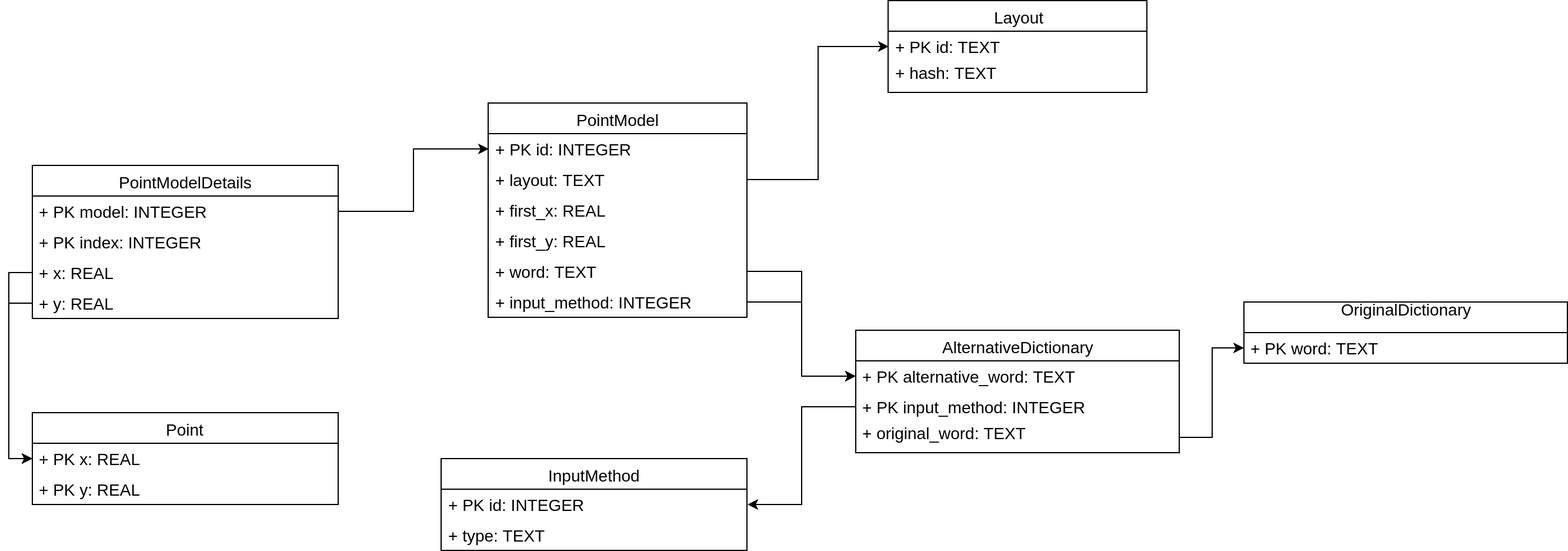
Above: clientDB.png in tienlocbui1110/Kele (draw.io), before the change. Source tidied: cells renumbered, new cells last; positions are measured from the earlier drawing's top-left corner, leaving out a move shared by most shapes. The source it was exported from:
```xml
<mxGraphModel>
  <root>
    <mxCell id="0" />
    <mxCell id="1" parent="0" />
    <mxCell id="2" value="Layout&lt;br&gt;" style="swimlane;fontStyle=0;horizontal=1;startSize=26;fillColor=none;fontSize=14;verticalAlign=middle;align=center;swimlaneLine=1;whiteSpace=wrap;html=1;" parent="1" vertex="1">
      <mxGeometry x="727.5" width="220" height="78" as="geometry" />
    </mxCell>
    <mxCell id="3" value="+ PK id:&amp;nbsp;TEXT&lt;br&gt;" style="text;strokeColor=none;fillColor=none;align=left;verticalAlign=middle;spacingLeft=4;spacingRight=4;overflow=hidden;points=[[0,0.5],[1,0.5]];portConstraint=eastwest;fontSize=14;html=1;" parent="2" vertex="1">
      <mxGeometry y="26" width="220" height="26" as="geometry" />
    </mxCell>
    <mxCell id="4" value="+ hash: TEXT&#10;" style="text;strokeColor=none;fillColor=none;align=left;verticalAlign=middle;spacingLeft=4;spacingRight=4;overflow=hidden;fontSize=14;html=1;" parent="2" vertex="1">
      <mxGeometry y="52" width="220" height="26" as="geometry" />
    </mxCell>
    <mxCell id="5" value="OriginalDictionary&#10;" style="swimlane;fontStyle=0;horizontal=1;startSize=26;fillColor=none;fontSize=14;verticalAlign=middle;html=1;" parent="1" vertex="1">
      <mxGeometry x="1030" y="256" width="275" height="52" as="geometry" />
    </mxCell>
    <mxCell id="6" value="+ PK word: TEXT" style="text;strokeColor=none;fillColor=none;align=left;verticalAlign=middle;spacingLeft=4;spacingRight=4;overflow=hidden;points=[[0,0.5],[1,0.5]];portConstraint=eastwest;fontSize=14;html=1;" parent="5" vertex="1">
      <mxGeometry y="26" width="275" height="26" as="geometry" />
    </mxCell>
    <mxCell id="7" value="InputMethod&lt;br&gt;" style="swimlane;fontStyle=0;horizontal=1;startSize=26;fillColor=none;fontSize=14;verticalAlign=middle;html=1;" parent="1" vertex="1">
      <mxGeometry x="347.5" y="389" width="260" height="78" as="geometry" />
    </mxCell>
    <mxCell id="8" value="+ PK id: INTEGER" style="text;strokeColor=none;fillColor=none;align=left;verticalAlign=middle;spacingLeft=4;spacingRight=4;overflow=hidden;points=[[0,0.5],[1,0.5]];portConstraint=eastwest;fontSize=14;html=1;" parent="7" vertex="1">
      <mxGeometry y="26" width="260" height="26" as="geometry" />
    </mxCell>
    <mxCell id="9" value="+ type: TEXT" style="text;strokeColor=none;fillColor=none;align=left;verticalAlign=middle;spacingLeft=4;spacingRight=4;overflow=hidden;fontSize=14;html=1;" parent="7" vertex="1">
      <mxGeometry y="52" width="260" height="26" as="geometry" />
    </mxCell>
    <mxCell id="10" value="PointModel" style="swimlane;fontStyle=0;horizontal=1;startSize=26;fillColor=none;fontSize=14;verticalAlign=middle;html=1;" parent="1" vertex="1">
      <mxGeometry x="387.5" y="87" width="220" height="182" as="geometry" />
    </mxCell>
    <mxCell id="11" value="+ PK id:&amp;nbsp;INTEGER" style="text;strokeColor=none;fillColor=none;align=left;verticalAlign=middle;spacingLeft=4;spacingRight=4;overflow=hidden;points=[[0,0.5],[1,0.5]];portConstraint=eastwest;fontSize=14;html=1;" parent="10" vertex="1">
      <mxGeometry y="26" width="220" height="26" as="geometry" />
    </mxCell>
    <mxCell id="12" value="+ layout: TEXT&lt;br&gt;" style="text;strokeColor=none;fillColor=none;align=left;verticalAlign=middle;spacingLeft=4;spacingRight=4;overflow=hidden;points=[[0,0.5],[1,0.5]];portConstraint=eastwest;fontSize=14;html=1;" parent="10" vertex="1">
      <mxGeometry y="52" width="220" height="26" as="geometry" />
    </mxCell>
    <mxCell id="13" value="+ first_x: REAL&lt;br&gt;" style="text;strokeColor=none;fillColor=none;align=left;verticalAlign=middle;spacingLeft=4;spacingRight=4;overflow=hidden;fontSize=14;html=1;" parent="10" vertex="1">
      <mxGeometry y="78" width="220" height="26" as="geometry" />
    </mxCell>
    <mxCell id="14" value="+ first_y: REAL" style="text;strokeColor=none;fillColor=none;align=left;verticalAlign=middle;spacingLeft=4;spacingRight=4;overflow=hidden;fontSize=14;html=1;" parent="10" vertex="1">
      <mxGeometry y="104" width="220" height="26" as="geometry" />
    </mxCell>
    <mxCell id="15" value="+ word: TEXT&lt;br&gt;" style="text;strokeColor=none;fillColor=none;align=left;verticalAlign=middle;spacingLeft=4;spacingRight=4;overflow=hidden;points=[[0,0.5],[1,0.5]];portConstraint=eastwest;fontSize=14;html=1;" parent="10" vertex="1">
      <mxGeometry y="130" width="220" height="26" as="geometry" />
    </mxCell>
    <mxCell id="16" value="+ input_method: INTEGER&lt;br&gt;" style="text;strokeColor=none;fillColor=none;align=left;verticalAlign=middle;spacingLeft=4;spacingRight=4;overflow=hidden;points=[[0,0.5],[1,0.5]];portConstraint=eastwest;fontSize=14;html=1;" parent="10" vertex="1">
      <mxGeometry y="156" width="220" height="26" as="geometry" />
    </mxCell>
    <mxCell id="17" value="AlternativeDictionary&lt;br&gt;" style="swimlane;fontStyle=0;horizontal=1;startSize=26;fillColor=none;fontSize=14;verticalAlign=middle;html=1;" parent="1" vertex="1">
      <mxGeometry x="700" y="280" width="275" height="104" as="geometry" />
    </mxCell>
    <mxCell id="18" value="+ PK alternative_word: TEXT&lt;br&gt;" style="text;strokeColor=none;fillColor=none;align=left;verticalAlign=middle;spacingLeft=4;spacingRight=4;overflow=hidden;points=[[0,0.5],[1,0.5]];portConstraint=eastwest;fontSize=14;html=1;" parent="17" vertex="1">
      <mxGeometry y="26" width="275" height="26" as="geometry" />
    </mxCell>
    <mxCell id="19" value="+ PK input_method: INTEGER&lt;br&gt;" style="text;strokeColor=none;fillColor=none;align=left;verticalAlign=middle;spacingLeft=4;spacingRight=4;overflow=hidden;points=[[0,0.5],[1,0.5]];portConstraint=eastwest;fontSize=14;html=1;" parent="17" vertex="1">
      <mxGeometry y="52" width="275" height="26" as="geometry" />
    </mxCell>
    <mxCell id="20" value="+ original_word: TEXT&#10;" style="text;strokeColor=none;fillColor=none;align=left;verticalAlign=middle;spacingLeft=4;spacingRight=4;overflow=hidden;points=[[0,0.5],[1,0.5]];portConstraint=eastwest;fontSize=14;html=1;" parent="17" vertex="1">
      <mxGeometry y="78" width="275" height="26" as="geometry" />
    </mxCell>
    <mxCell id="21" style="edgeStyle=orthogonalEdgeStyle;rounded=0;jettySize=auto;entryX=0;entryY=0.5;entryDx=0;entryDy=0;verticalAlign=middle;html=1;" parent="1" edge="1" source="12" target="3">
      <mxGeometry relative="1" as="geometry" />
    </mxCell>
    <mxCell id="22" style="edgeStyle=orthogonalEdgeStyle;rounded=0;jettySize=auto;entryX=0;entryY=0.5;entryDx=0;entryDy=0;verticalAlign=middle;html=1;" parent="1" edge="1" source="15" target="18">
      <mxGeometry relative="1" as="geometry" />
    </mxCell>
    <mxCell id="23" style="edgeStyle=orthogonalEdgeStyle;rounded=0;jettySize=auto;entryX=0;entryY=0.5;entryDx=0;entryDy=0;verticalAlign=middle;html=1;" parent="1" edge="1" source="16" target="18">
      <mxGeometry relative="1" as="geometry" />
    </mxCell>
    <mxCell id="24" style="edgeStyle=orthogonalEdgeStyle;rounded=0;jettySize=auto;entryX=1;entryY=0.5;entryDx=0;entryDy=0;verticalAlign=middle;html=1;" parent="1" edge="1" source="19" target="8">
      <mxGeometry relative="1" as="geometry" />
    </mxCell>
    <mxCell id="25" style="edgeStyle=orthogonalEdgeStyle;rounded=0;jettySize=auto;entryX=0;entryY=0.5;entryDx=0;entryDy=0;verticalAlign=middle;html=1;" parent="1" edge="1" source="20" target="6">
      <mxGeometry relative="1" as="geometry" />
    </mxCell>
    <mxCell id="26" value="PointModelDetails" style="swimlane;fontStyle=0;horizontal=1;startSize=26;fillColor=none;fontSize=14;verticalAlign=middle;html=1;" parent="1" vertex="1">
      <mxGeometry y="140" width="260" height="130" as="geometry" />
    </mxCell>
    <mxCell id="27" value="+ PK model: INTEGER" style="text;strokeColor=none;fillColor=none;align=left;verticalAlign=middle;spacingLeft=4;spacingRight=4;overflow=hidden;points=[[0,0.5],[1,0.5]];portConstraint=eastwest;fontSize=14;html=1;" parent="26" vertex="1">
      <mxGeometry y="26" width="260" height="26" as="geometry" />
    </mxCell>
    <mxCell id="28" value="+ PK index: INTEGER" style="text;strokeColor=none;fillColor=none;align=left;verticalAlign=middle;spacingLeft=4;spacingRight=4;overflow=hidden;fontSize=14;html=1;" parent="26" vertex="1">
      <mxGeometry y="52" width="260" height="26" as="geometry" />
    </mxCell>
    <mxCell id="29" value="+ x: REAL" style="text;strokeColor=none;fillColor=none;align=left;verticalAlign=middle;spacingLeft=4;spacingRight=4;overflow=hidden;points=[[0,0.5],[1,0.5]];portConstraint=eastwest;fontSize=14;html=1;" parent="26" vertex="1">
      <mxGeometry y="78" width="260" height="26" as="geometry" />
    </mxCell>
    <mxCell id="30" value="+ y: REAL" style="text;strokeColor=none;fillColor=none;align=left;verticalAlign=middle;spacingLeft=4;spacingRight=4;overflow=hidden;points=[[0,0.5],[1,0.5]];portConstraint=eastwest;fontSize=14;html=1;" parent="26" vertex="1">
      <mxGeometry y="104" width="260" height="26" as="geometry" />
    </mxCell>
    <mxCell id="31" value="Point&lt;br&gt;" style="swimlane;fontStyle=0;horizontal=1;startSize=26;fillColor=none;fontSize=14;verticalAlign=middle;html=1;" parent="1" vertex="1">
      <mxGeometry y="350" width="260" height="78" as="geometry" />
    </mxCell>
    <mxCell id="32" value="+ PK x: REAL" style="text;strokeColor=none;fillColor=none;align=left;verticalAlign=middle;spacingLeft=4;spacingRight=4;overflow=hidden;points=[[0,0.5],[1,0.5]];portConstraint=eastwest;fontSize=14;html=1;" parent="31" vertex="1">
      <mxGeometry y="26" width="260" height="26" as="geometry" />
    </mxCell>
    <mxCell id="33" value="+ PK y: REAL" style="text;strokeColor=none;fillColor=none;align=left;verticalAlign=middle;spacingLeft=4;spacingRight=4;overflow=hidden;fontSize=14;html=1;" parent="31" vertex="1">
      <mxGeometry y="52" width="260" height="26" as="geometry" />
    </mxCell>
    <mxCell id="34" style="edgeStyle=orthogonalEdgeStyle;rounded=0;jettySize=auto;html=1;entryX=0;entryY=0.5;entryDx=0;entryDy=0;" parent="1" edge="1" source="27" target="11">
      <mxGeometry relative="1" as="geometry" />
    </mxCell>
    <mxCell id="35" style="edgeStyle=orthogonalEdgeStyle;rounded=0;jettySize=auto;html=1;entryX=0;entryY=0.5;entryDx=0;entryDy=0;" parent="1" edge="1" source="29" target="32">
      <mxGeometry relative="1" as="geometry" />
    </mxCell>
    <mxCell id="36" style="edgeStyle=orthogonalEdgeStyle;rounded=0;jettySize=auto;html=1;entryX=0;entryY=0.5;entryDx=0;entryDy=0;" parent="1" edge="1" source="30" target="32">
      <mxGeometry relative="1" as="geometry" />
    </mxCell>
  </root>
</mxGraphModel>
```
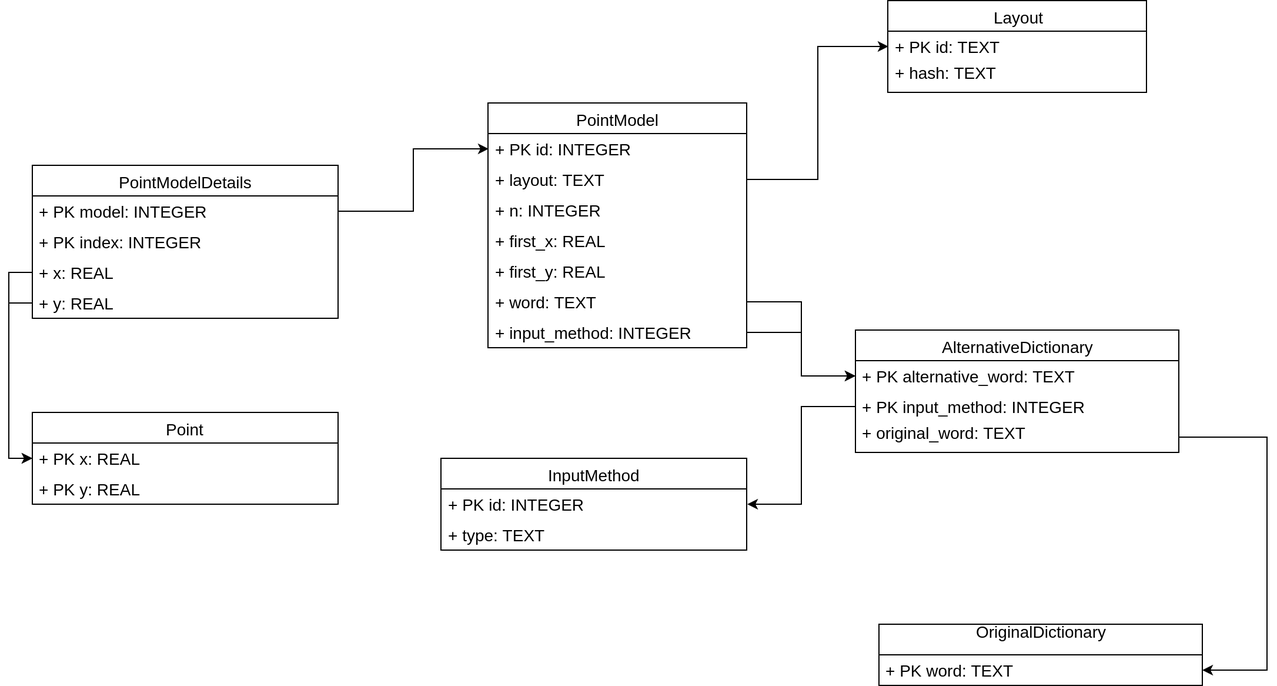
After the commit.

The edit, as a diff of the source:
```diff
@@ -12,7 +12,7 @@
       <mxGeometry y="52" width="220" height="26" as="geometry" />
     </mxCell>
     <mxCell id="5" value="OriginalDictionary&#10;" style="swimlane;fontStyle=0;horizontal=1;startSize=26;fillColor=none;fontSize=14;verticalAlign=middle;html=1;" parent="1" vertex="1">
-      <mxGeometry x="1030" y="256" width="275" height="52" as="geometry" />
+      <mxGeometry x="720" y="530" width="275" height="52" as="geometry" />
     </mxCell>
     <mxCell id="6" value="+ PK word: TEXT" style="text;strokeColor=none;fillColor=none;align=left;verticalAlign=middle;spacingLeft=4;spacingRight=4;overflow=hidden;points=[[0,0.5],[1,0.5]];portConstraint=eastwest;fontSize=14;html=1;" parent="5" vertex="1">
       <mxGeometry y="26" width="275" height="26" as="geometry" />
@@ -27,7 +27,7 @@
       <mxGeometry y="52" width="260" height="26" as="geometry" />
     </mxCell>
     <mxCell id="10" value="PointModel" style="swimlane;fontStyle=0;horizontal=1;startSize=26;fillColor=none;fontSize=14;verticalAlign=middle;html=1;" parent="1" vertex="1">
-      <mxGeometry x="387.5" y="87" width="220" height="182" as="geometry" />
+      <mxGeometry x="387.5" y="87" width="220" height="208" as="geometry" />
     </mxCell>
     <mxCell id="11" value="+ PK id:&amp;nbsp;INTEGER" style="text;strokeColor=none;fillColor=none;align=left;verticalAlign=middle;spacingLeft=4;spacingRight=4;overflow=hidden;points=[[0,0.5],[1,0.5]];portConstraint=eastwest;fontSize=14;html=1;" parent="10" vertex="1">
       <mxGeometry y="26" width="220" height="26" as="geometry" />
@@ -35,17 +35,20 @@
     <mxCell id="12" value="+ layout: TEXT&lt;br&gt;" style="text;strokeColor=none;fillColor=none;align=left;verticalAlign=middle;spacingLeft=4;spacingRight=4;overflow=hidden;points=[[0,0.5],[1,0.5]];portConstraint=eastwest;fontSize=14;html=1;" parent="10" vertex="1">
       <mxGeometry y="52" width="220" height="26" as="geometry" />
     </mxCell>
+    <mxCell id="37" value="+ n: INTEGER&lt;br&gt;" style="text;strokeColor=none;fillColor=none;align=left;verticalAlign=middle;spacingLeft=4;spacingRight=4;overflow=hidden;fontSize=14;html=1;" parent="10" vertex="1">
+      <mxGeometry y="78" width="220" height="26" as="geometry" />
+    </mxCell>
     <mxCell id="13" value="+ first_x: REAL&lt;br&gt;" style="text;strokeColor=none;fillColor=none;align=left;verticalAlign=middle;spacingLeft=4;spacingRight=4;overflow=hidden;fontSize=14;html=1;" parent="10" vertex="1">
-      <mxGeometry y="78" width="220" height="26" as="geometry" />
+      <mxGeometry y="104" width="220" height="26" as="geometry" />
     </mxCell>
     <mxCell id="14" value="+ first_y: REAL" style="text;strokeColor=none;fillColor=none;align=left;verticalAlign=middle;spacingLeft=4;spacingRight=4;overflow=hidden;fontSize=14;html=1;" parent="10" vertex="1">
-      <mxGeometry y="104" width="220" height="26" as="geometry" />
+      <mxGeometry y="130" width="220" height="26" as="geometry" />
     </mxCell>
     <mxCell id="15" value="+ word: TEXT&lt;br&gt;" style="text;strokeColor=none;fillColor=none;align=left;verticalAlign=middle;spacingLeft=4;spacingRight=4;overflow=hidden;points=[[0,0.5],[1,0.5]];portConstraint=eastwest;fontSize=14;html=1;" parent="10" vertex="1">
-      <mxGeometry y="130" width="220" height="26" as="geometry" />
+      <mxGeometry y="156" width="220" height="26" as="geometry" />
     </mxCell>
     <mxCell id="16" value="+ input_method: INTEGER&lt;br&gt;" style="text;strokeColor=none;fillColor=none;align=left;verticalAlign=middle;spacingLeft=4;spacingRight=4;overflow=hidden;points=[[0,0.5],[1,0.5]];portConstraint=eastwest;fontSize=14;html=1;" parent="10" vertex="1">
-      <mxGeometry y="156" width="220" height="26" as="geometry" />
+      <mxGeometry y="182" width="220" height="26" as="geometry" />
     </mxCell>
     <mxCell id="17" value="AlternativeDictionary&lt;br&gt;" style="swimlane;fontStyle=0;horizontal=1;startSize=26;fillColor=none;fontSize=14;verticalAlign=middle;html=1;" parent="1" vertex="1">
       <mxGeometry x="700" y="280" width="275" height="104" as="geometry" />
@@ -71,8 +74,13 @@
     <mxCell id="24" style="edgeStyle=orthogonalEdgeStyle;rounded=0;jettySize=auto;entryX=1;entryY=0.5;entryDx=0;entryDy=0;verticalAlign=middle;html=1;" parent="1" edge="1" source="19" target="8">
       <mxGeometry relative="1" as="geometry" />
     </mxCell>
-    <mxCell id="25" style="edgeStyle=orthogonalEdgeStyle;rounded=0;jettySize=auto;entryX=0;entryY=0.5;entryDx=0;entryDy=0;verticalAlign=middle;html=1;" parent="1" edge="1" source="20" target="6">
-      <mxGeometry relative="1" as="geometry" />
+    <mxCell id="25" style="edgeStyle=orthogonalEdgeStyle;rounded=0;jettySize=auto;entryX=1;entryY=0.5;entryDx=0;entryDy=0;verticalAlign=middle;html=1;" parent="1" edge="1" source="20" target="6">
+      <mxGeometry relative="1" as="geometry">
+        <Array as="points">
+          <mxPoint x="1050" y="371" />
+          <mxPoint x="1050" y="569" />
+        </Array>
+      </mxGeometry>
     </mxCell>
     <mxCell id="26" value="PointModelDetails" style="swimlane;fontStyle=0;horizontal=1;startSize=26;fillColor=none;fontSize=14;verticalAlign=middle;html=1;" parent="1" vertex="1">
       <mxGeometry y="140" width="260" height="130" as="geometry" />
```
